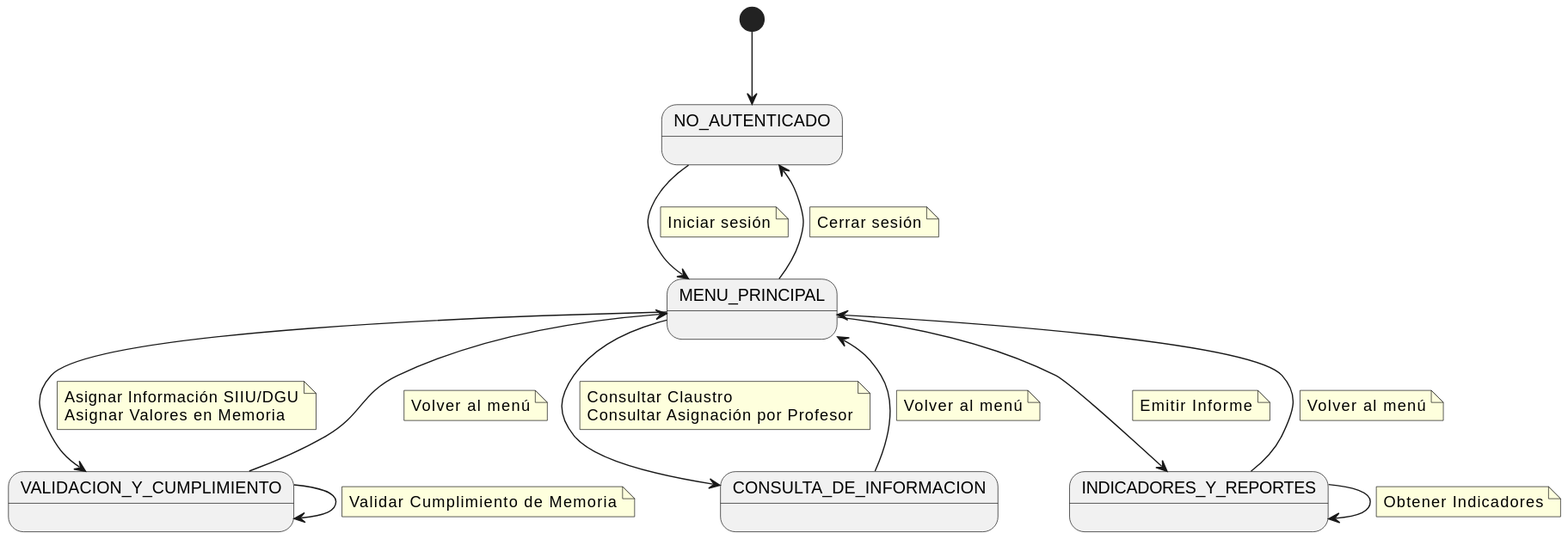
The PlantUML diagram images/modelosUML/CdU/DiagramaDeContexto/TecnicoCalidad.svg in mmasias/24-25-IdSw1-SDR, before a commit.
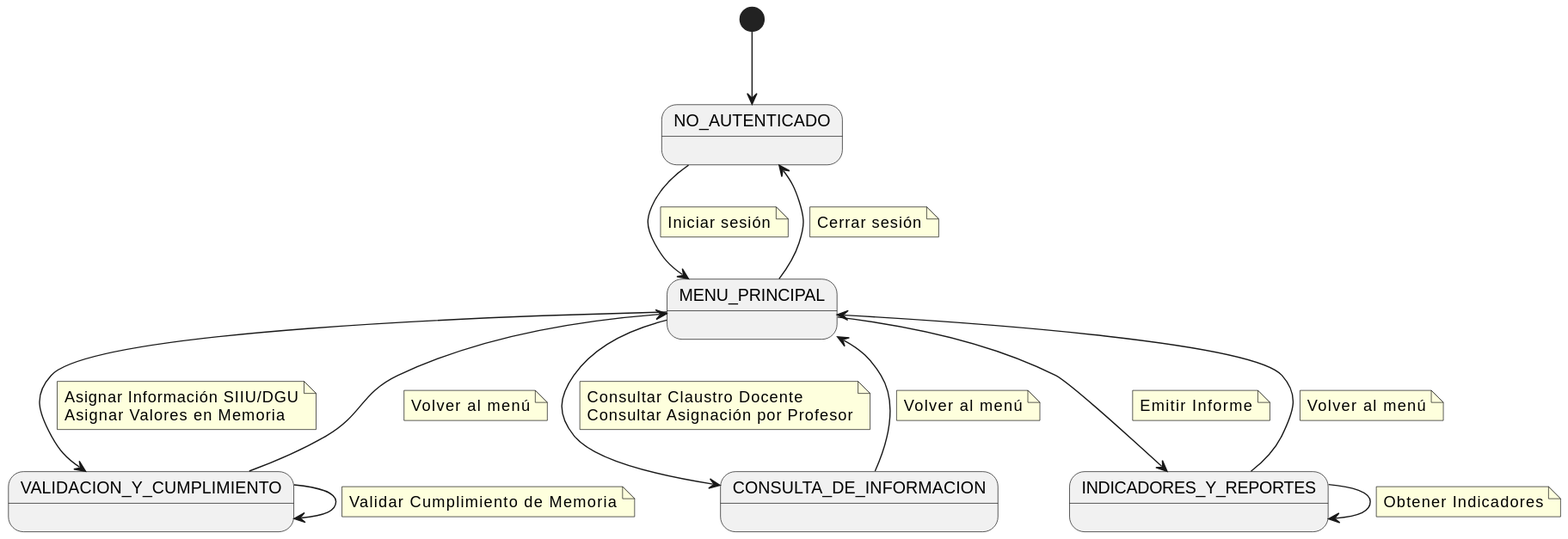
The same file after the commit.

Commit message:
Actualizar diagramas de contexto: renombrar "Consultar Claustro" a "Consultar Claustro Docente"

Change to the diagram source:
```diff
@@ -20,7 +20,7 @@
 
 Menu --> Inf
 note on link
-  Consultar Claustro
+  Consultar Claustro Docente
   Consultar Asignación por Profesor
 end note
 
```
